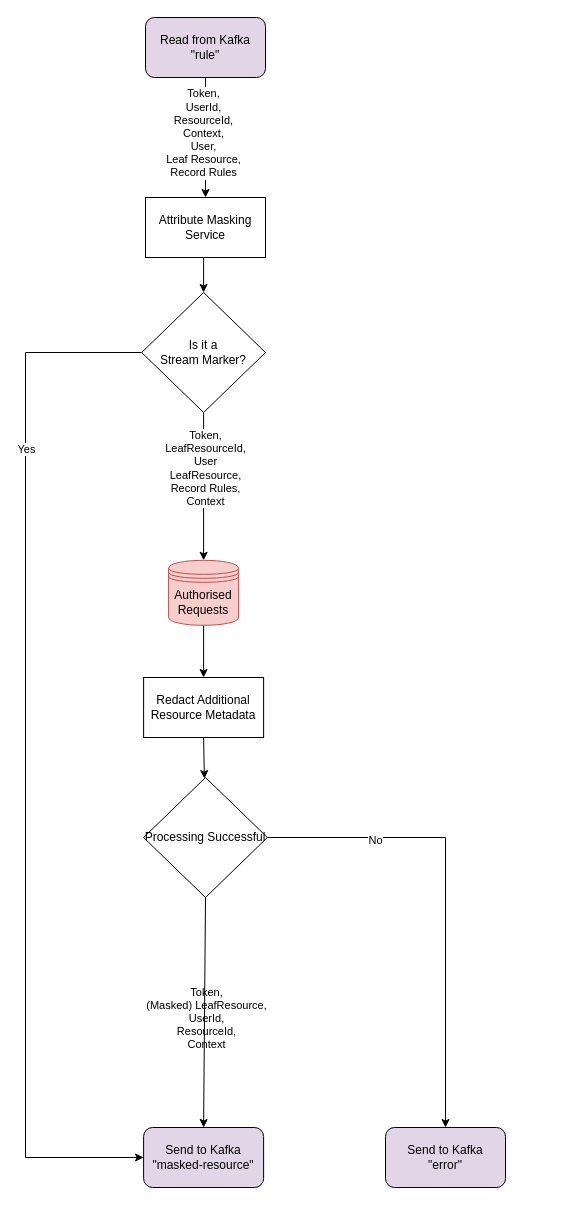
Before: attribute-masking-service/doc/Attribute-Masking-Service.drawio in gchq/Palisade-services, a draw.io diagram. Source tidied: cells renumbered, new cells numbered last; positions are measured from the earlier drawing's top-left corner, leaving out a move shared by most shapes. Both pictures are drawn from the tidied source at 100%, with x=0, y=0 at pixel (25, 17).
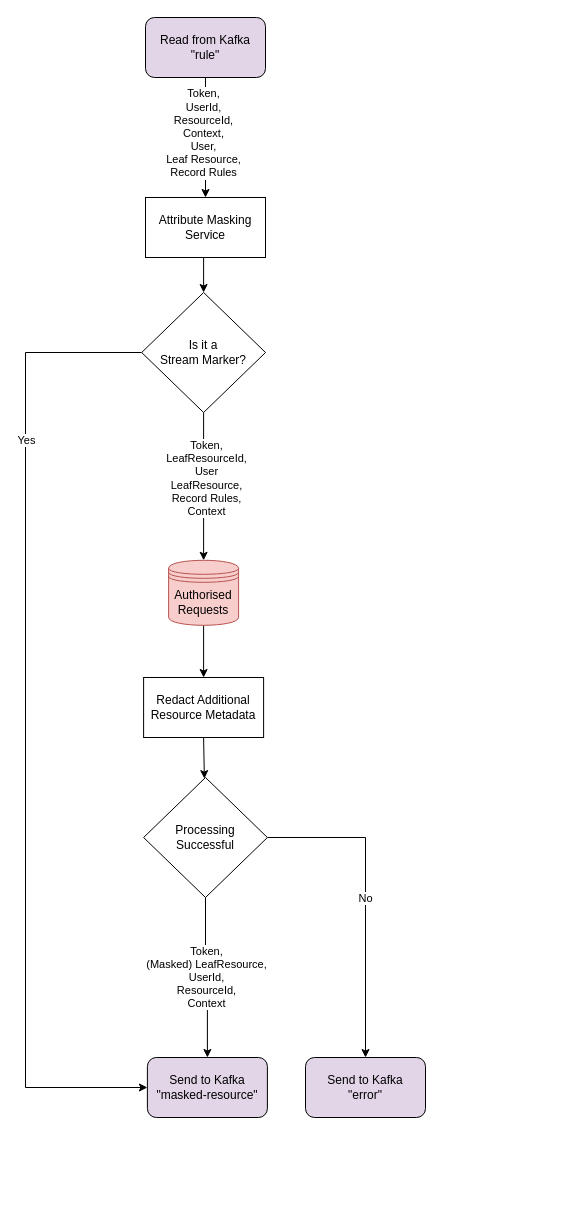
After the change.

Commit message (it also covers changes not shown here):
PAL-105 updated ams drawio

Unchanged cells that the change refers to:
```xml
<mxCell id="9" style="edgeStyle=orthogonalEdgeStyle;rounded=0;jettySize=auto;html=1;exitX=0.5;exitY=1;exitDx=0;exitDy=0;entryX=0.5;entryY=0;entryDx=0;entryDy=0;" parent="1" edge="1" source="11" target="15">
  <mxGeometry relative="1" as="geometry" />
</mxCell>
<mxCell id="11" value="Is it a &lt;br&gt;Stream Marker?" style="rhombus;whiteSpace=wrap;html=1;" parent="1" vertex="1">
  <mxGeometry x="116.2" y="275" width="123.8" height="120" as="geometry" />
</mxCell>
```

The edit, as a diff of the source:
```diff
@@
     <mxCell id="7" style="edgeStyle=orthogonalEdgeStyle;rounded=0;jettySize=auto;html=1;exitX=0;exitY=0.5;exitDx=0;exitDy=0;entryX=0;entryY=0.5;entryDx=0;entryDy=0;" parent="1" edge="1" source="11" target="12">
       <mxGeometry relative="1" as="geometry">
         <Array as="points">
           <mxPoint y="335" />
-          <mxPoint y="1140" />
+          <mxPoint y="1070" />
         </Array>
       </mxGeometry>
     </mxCell>
@@
     <mxCell id="10" value="Token,&lt;br&gt;LeafResourceId,&lt;br&gt;User&lt;br&gt;LeafResource,&lt;br&gt;Record Rules,&lt;br&gt;Context" style="edgeLabel;html=1;align=center;verticalAlign=middle;" parent="9" vertex="1">
-      <mxGeometry x="-0.26" y="1" relative="1" as="geometry" />
+      <mxGeometry x="-0.26" y="1" relative="1" as="geometry">
+        <mxPoint x="1" y="10" as="offset" />
+      </mxGeometry>
     </mxCell>
@@
     <mxCell id="12" value="&lt;div&gt;Send to Kafka&lt;/div&gt;&lt;div&gt;&quot;masked-resource&quot;&lt;br&gt;&lt;/div&gt;" style="rounded=1;whiteSpace=wrap;html=1;fillColor=#E1D5E7;" parent="1" vertex="1">
-      <mxGeometry x="118.1" y="1110" width="120" height="60" as="geometry" />
+      <mxGeometry x="121.9" y="1040" width="120" height="60" as="geometry" />
     </mxCell>
@@
+    <mxCell id="21" value="No" style="edgeStyle=orthogonalEdgeStyle;rounded=0;jettySize=auto;html=1;exitX=1;exitY=0.5;exitDx=0;exitDy=0;entryX=0.5;entryY=0;entryDx=0;entryDy=0;" parent="1" edge="1" source="16" target="17">
+      <mxGeometry relative="1" as="geometry" />
+    </mxCell>
+    <mxCell id="18" value="&lt;span style=&quot;color: rgb(0 , 0 , 0) ; font-family: &amp;#34;helvetica&amp;#34; ; font-size: 11px ; font-style: normal ; font-weight: 400 ; letter-spacing: normal ; text-align: center ; text-indent: 0px ; text-transform: none ; word-spacing: 0px ; background-color: rgb(255 , 255 , 255) ; display: inline ; float: none&quot;&gt;Token,&lt;/span&gt;&lt;br style=&quot;color: rgb(0 , 0 , 0) ; font-family: &amp;#34;helvetica&amp;#34; ; font-size: 11px ; font-style: normal ; font-weight: 400 ; letter-spacing: normal ; text-align: center ; text-indent: 0px ; text-transform: none ; word-spacing: 0px&quot;&gt;&lt;span style=&quot;color: rgb(0 , 0 , 0) ; font-family: &amp;#34;helvetica&amp;#34; ; font-size: 11px ; font-style: normal ; font-weight: 400 ; letter-spacing: normal ; text-align: center ; text-indent: 0px ; text-transform: none ; word-spacing: 0px ; background-color: rgb(255 , 255 , 255) ; display: inline ; float: none&quot;&gt;(Masked) LeafResource,&lt;/span&gt;&lt;br style=&quot;color: rgb(0 , 0 , 0) ; font-family: &amp;#34;helvetica&amp;#34; ; font-size: 11px ; font-style: normal ; font-weight: 400 ; letter-spacing: normal ; text-align: center ; text-indent: 0px ; text-transform: none ; word-spacing: 0px&quot;&gt;&lt;span style=&quot;color: rgb(0 , 0 , 0) ; font-family: &amp;#34;helvetica&amp;#34; ; font-size: 11px ; font-style: normal ; font-weight: 400 ; letter-spacing: normal ; text-align: center ; text-indent: 0px ; text-transform: none ; word-spacing: 0px ; background-color: rgb(255 , 255 , 255) ; display: inline ; float: none&quot;&gt;UserId,&lt;/span&gt;&lt;br style=&quot;color: rgb(0 , 0 , 0) ; font-family: &amp;#34;helvetica&amp;#34; ; font-size: 11px ; font-style: normal ; font-weight: 400 ; letter-spacing: normal ; text-align: center ; text-indent: 0px ; text-transform: none ; word-spacing: 0px&quot;&gt;&lt;span style=&quot;color: rgb(0 , 0 , 0) ; font-family: &amp;#34;helvetica&amp;#34; ; font-size: 11px ; font-style: normal ; font-weight: 400 ; letter-spacing: normal ; text-align: center ; text-indent: 0px ; text-transform: none ; word-spacing: 0px ; background-color: rgb(255 , 255 , 255) ; display: inline ; float: none&quot;&gt;ResourceId,&lt;/span&gt;&lt;br style=&quot;color: rgb(0 , 0 , 0) ; font-family: &amp;#34;helvetica&amp;#34; ; font-size: 11px ; font-style: normal ; font-weight: 400 ; letter-spacing: normal ; text-align: center ; text-indent: 0px ; text-transform: none ; word-spacing: 0px&quot;&gt;&lt;span style=&quot;color: rgb(0 , 0 , 0) ; font-family: &amp;#34;helvetica&amp;#34; ; font-size: 11px ; font-style: normal ; font-weight: 400 ; letter-spacing: normal ; text-align: center ; text-indent: 0px ; text-transform: none ; word-spacing: 0px ; background-color: rgb(255 , 255 , 255) ; display: inline ; float: none&quot;&gt;Context&lt;/span&gt;" style="edgeStyle=orthogonalEdgeStyle;rounded=0;jettySize=auto;html=1;exitX=0.5;exitY=1;exitDx=0;exitDy=0;entryX=0.5;entryY=0;entryDx=0;entryDy=0;" parent="1" edge="1" source="16" target="12">
+      <mxGeometry relative="1" as="geometry" />
+    </mxCell>
-    <mxCell id="16" value="Processing Successful" style="rhombus;whiteSpace=wrap;html=1;" parent="1" vertex="1">
+    <mxCell id="16" value="Processing &lt;br&gt;Successful" style="rhombus;whiteSpace=wrap;html=1;" parent="1" vertex="1">
       <mxGeometry x="118.1" y="760" width="123.8" height="120" as="geometry" />
     </mxCell>
     <mxCell id="17" value="&lt;div&gt;Send to Kafka&lt;/div&gt;&lt;div&gt;&quot;error&quot;&lt;br&gt;&lt;/div&gt;" style="rounded=1;whiteSpace=wrap;html=1;fillColor=#E1D5E7;" parent="1" vertex="1">
-      <mxGeometry x="360" y="1110" width="120" height="60" as="geometry" />
+      <mxGeometry x="280" y="1040" width="120" height="60" as="geometry" />
     </mxCell>
-    <mxCell id="18" value="Token,&lt;br&gt;(Masked) LeafResource,&lt;br&gt;UserId,&lt;br&gt;ResourceId,&lt;br&gt;Context" style="edgeLabel;html=1;align=center;verticalAlign=middle;" parent="1" vertex="1">
-      <mxGeometry x="180" y="1000" as="geometry" />
-    </mxCell>
-    <mxCell id="19" style="endArrow=classic;html=1;exitX=0.5;exitY=1;exitDx=0;exitDy=0;entryX=0.5;entryY=0;entryDx=0;entryDy=0;" parent="1" edge="1" source="16" target="12">
-      <mxGeometry relative="1" as="geometry" />
-    </mxCell>
-    <mxCell id="20" style="endArrow=classic;html=1;exitX=1;exitY=0.5;exitDx=0;exitDy=0;entryX=0.5;entryY=0;entryDx=0;entryDy=0;rounded=0;" parent="1" edge="1" source="16" target="17">
-      <mxGeometry relative="1" as="geometry">
-        <Array as="points">
-          <mxPoint x="420" y="820" />
-        </Array>
-      </mxGeometry>
-    </mxCell>
-    <mxCell id="21" value="No" style="edgeLabel;html=1;align=center;verticalAlign=middle;" parent="1" vertex="1">
-      <mxGeometry x="530" y="490" as="geometry">
-        <mxPoint x="-181" y="332" as="offset" />
-      </mxGeometry>
-    </mxCell>
```
